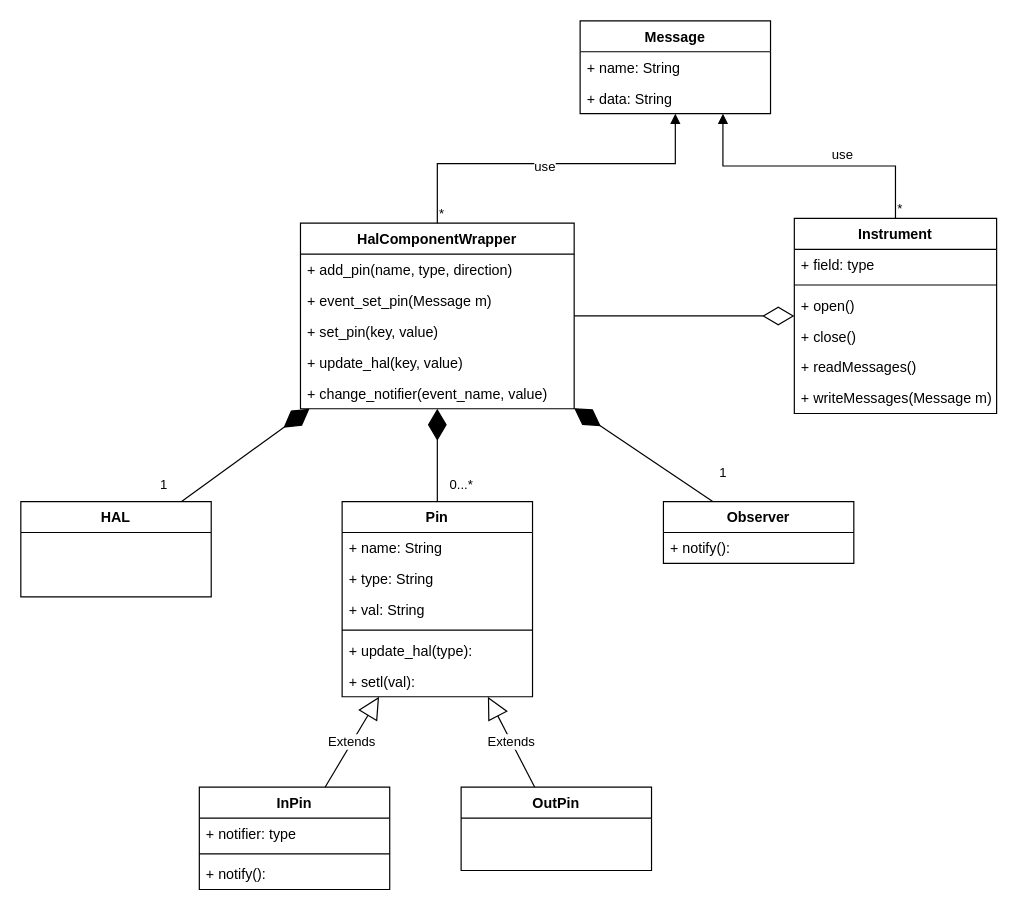
Above: serialEventHdlr/serialEventHandler.drawio in johanp1/HackDay (draw.io), before the change. Source tidied: cells renumbered, new cells numbered last; positions are measured from the earlier drawing's top-left corner, leaving out a move shared by most shapes. Both pictures are drawn from the tidied source at 119%, with x=0, y=0 at pixel (20, 20).
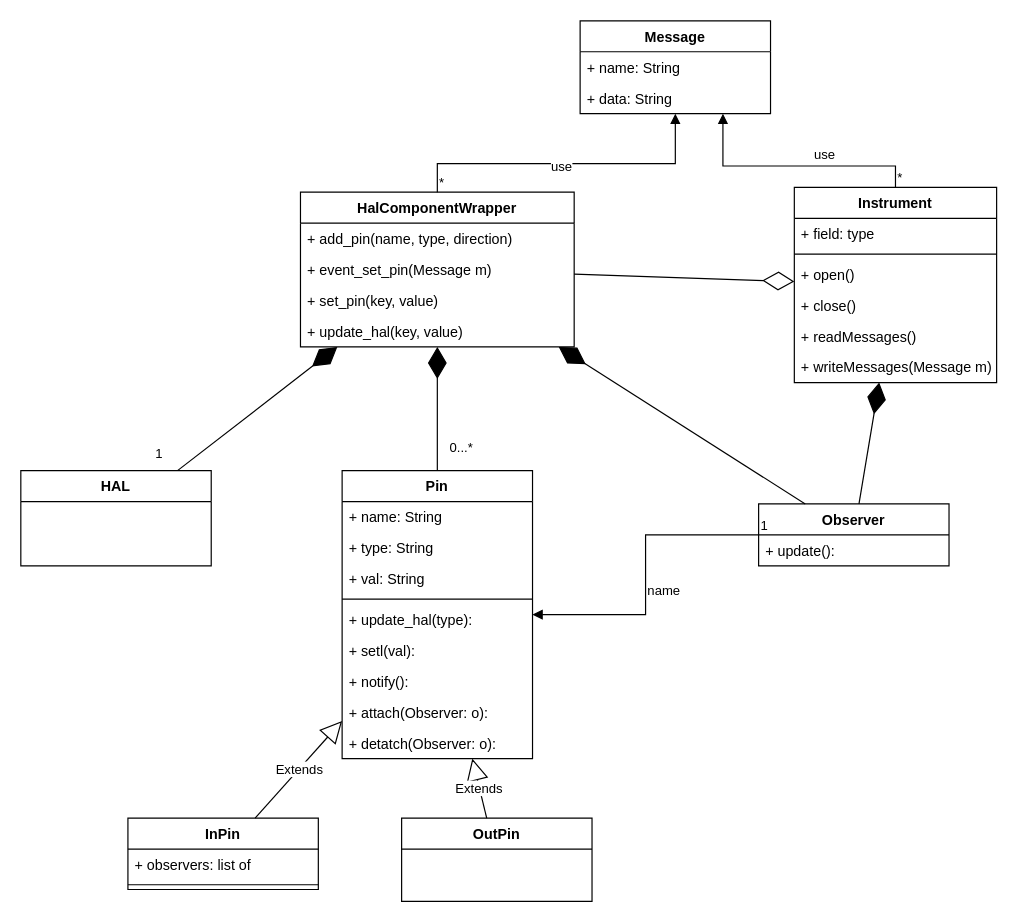
The same page after the edit.

Commit message (it also covers changes not shown here):
adding observer monitoring in-pin changes

The edit, as a diff of the source:
```diff
@@
     <mxCell id="2" value="Instrument" style="swimlane;fontStyle=1;align=center;verticalAlign=top;horizontal=1;startSize=26;" parent="1" vertex="1">
-      <mxGeometry x="650" y="166" width="170" height="164" as="geometry" />
+      <mxGeometry x="650" y="140" width="170" height="164" as="geometry" />
     </mxCell>
@@
     <mxCell id="12" value="Observer" style="swimlane;fontStyle=1;align=center;verticalAlign=top;horizontal=1;startSize=26;" parent="1" vertex="1">
-      <mxGeometry x="540" y="404" width="160" height="52" as="geometry" />
+      <mxGeometry x="620" y="406" width="160" height="52" as="geometry" />
     </mxCell>
-    <mxCell id="13" value="+ notify(): " style="text;strokeColor=none;fillColor=none;align=left;verticalAlign=top;spacingLeft=4;spacingRight=4;overflow=hidden;" parent="12" vertex="1">
+    <mxCell id="13" value="+ update(): " style="text;strokeColor=none;fillColor=none;align=left;verticalAlign=top;spacingLeft=4;spacingRight=4;overflow=hidden;" parent="12" vertex="1">
       <mxGeometry y="26" width="160" height="26" as="geometry" />
     </mxCell>
     <mxCell id="14" value="Pin" style="swimlane;fontStyle=1;align=center;verticalAlign=top;horizontal=1;startSize=26;" parent="1" vertex="1">
-      <mxGeometry x="270" y="404" width="160" height="164" as="geometry" />
+      <mxGeometry x="270" y="378" width="160" height="242" as="geometry" />
     </mxCell>
@@
+    <mxCell id="24" value="+ notify():" style="text;strokeColor=none;fillColor=none;align=left;verticalAlign=top;spacingLeft=4;spacingRight=4;overflow=hidden;" parent="14" vertex="1">
+      <mxGeometry y="164" width="160" height="26" as="geometry" />
+    </mxCell>
+    <mxCell id="43" value="+ attach(Observer: o):" style="text;strokeColor=none;fillColor=none;align=left;verticalAlign=top;spacingLeft=4;spacingRight=4;overflow=hidden;" parent="14" vertex="1">
+      <mxGeometry y="190" width="160" height="26" as="geometry" />
+    </mxCell>
+    <mxCell id="44" value="+ detatch(Observer: o):" style="text;strokeColor=none;fillColor=none;align=left;verticalAlign=top;spacingLeft=4;spacingRight=4;overflow=hidden;" parent="14" vertex="1">
+      <mxGeometry y="216" width="160" height="26" as="geometry" />
+    </mxCell>
     <mxCell id="21" value="InPin" style="swimlane;fontStyle=1;align=center;verticalAlign=top;horizontal=1;startSize=26;" parent="1" vertex="1">
-      <mxGeometry x="150" y="644" width="160" height="86" as="geometry" />
+      <mxGeometry x="90" y="670" width="160" height="60" as="geometry" />
     </mxCell>
-    <mxCell id="22" value="+ notifier: type" style="text;strokeColor=none;fillColor=none;align=left;verticalAlign=top;spacingLeft=4;spacingRight=4;overflow=hidden;" parent="21" vertex="1">
+    <mxCell id="22" value="+ observers: list of" style="text;strokeColor=none;fillColor=none;align=left;verticalAlign=top;spacingLeft=4;spacingRight=4;overflow=hidden;" parent="21" vertex="1">
       <mxGeometry y="26" width="160" height="26" as="geometry" />
     </mxCell>
@@
-    <mxCell id="24" value="+ notify():" style="text;strokeColor=none;fillColor=none;align=left;verticalAlign=top;spacingLeft=4;spacingRight=4;overflow=hidden;" parent="21" vertex="1">
-      <mxGeometry y="60" width="160" height="26" as="geometry" />
-    </mxCell>
     <mxCell id="25" value="OutPin" style="swimlane;fontStyle=1;align=center;verticalAlign=top;horizontal=1;startSize=26;" parent="1" vertex="1">
-      <mxGeometry x="370" y="644" width="160" height="70" as="geometry" />
+      <mxGeometry x="320" y="670" width="160" height="70" as="geometry" />
     </mxCell>
@@
     <mxCell id="28" value="HalComponentWrapper" style="swimlane;fontStyle=1;align=center;verticalAlign=top;horizontal=1;startSize=26;" parent="1" vertex="1">
-      <mxGeometry x="235" y="170" width="230" height="156" as="geometry" />
+      <mxGeometry x="235" y="144" width="230" height="130" as="geometry" />
     </mxCell>
@@
-    <mxCell id="33" value="+ change_notifier(event_name, value)" style="text;strokeColor=none;fillColor=none;align=left;verticalAlign=top;spacingLeft=4;spacingRight=4;overflow=hidden;" parent="28" vertex="1">
-      <mxGeometry y="130" width="230" height="26" as="geometry" />
-    </mxCell>
     <mxCell id="34" value="HAL" style="swimlane;fontStyle=1;align=center;verticalAlign=top;horizontal=1;startSize=26;" parent="1" vertex="1">
-      <mxGeometry y="404" width="160" height="80" as="geometry" />
+      <mxGeometry y="378" width="160" height="80" as="geometry" />
     </mxCell>
@@
-    <mxCell id="37" value="1" style="endArrow=diamondThin;endFill=1;endSize=24;html=1;rounded=0;" parent="1" edge="1" source="12" target="28">
-      <mxGeometry x="-0.91" y="-25" relative="1" as="geometry" />
-    </mxCell>
@@
+    <mxCell id="45" style="endArrow=diamondThin;endFill=1;endSize=24;html=1;rounded=0;" parent="1" edge="1" source="12" target="28">
+      <mxGeometry relative="1" as="geometry" />
+    </mxCell>
+    <mxCell id="46" style="endArrow=diamondThin;endFill=1;endSize=24;html=1;rounded=0;" parent="1" edge="1" source="12" target="2">
+      <mxGeometry relative="1" as="geometry" />
+    </mxCell>
+    <mxCell id="47" value="name" style="endArrow=block;endFill=1;html=1;edgeStyle=orthogonalEdgeStyle;align=left;verticalAlign=top;rounded=0;" parent="1" edge="1" source="12" target="14">
+      <mxGeometry relative="1" as="geometry" />
+    </mxCell>
+    <mxCell id="37" value="1" style="edgeLabel;html=1;align=left;verticalAlign=bottom;" parent="47" vertex="1">
+      <mxGeometry x="-1" relative="1" as="geometry" />
+    </mxCell>
```
